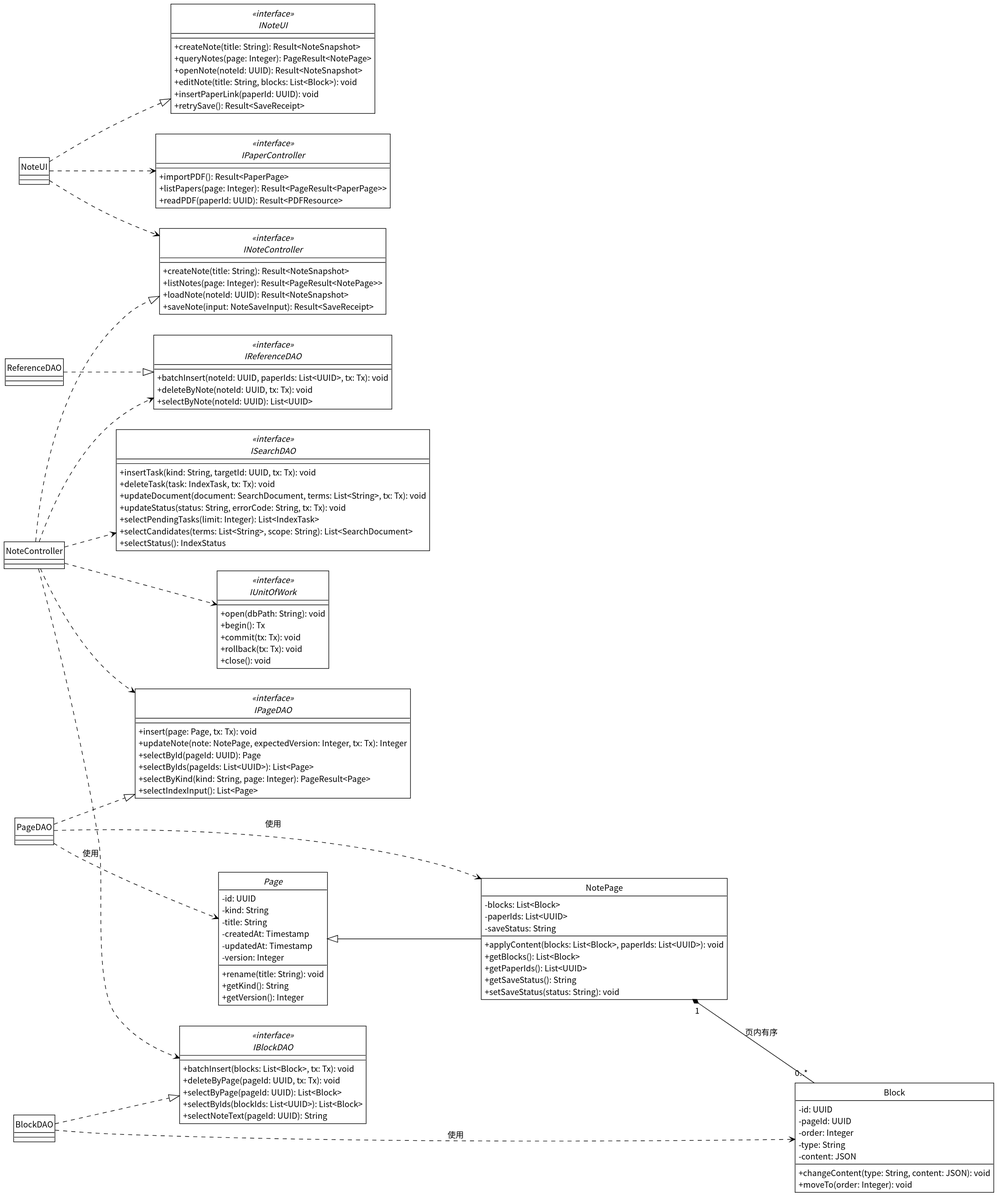
This is docs/SE_Experiment/design/figures/components-uc05.svg from AlanRosston/labloom, a PlantUML export, as it was before one commit.
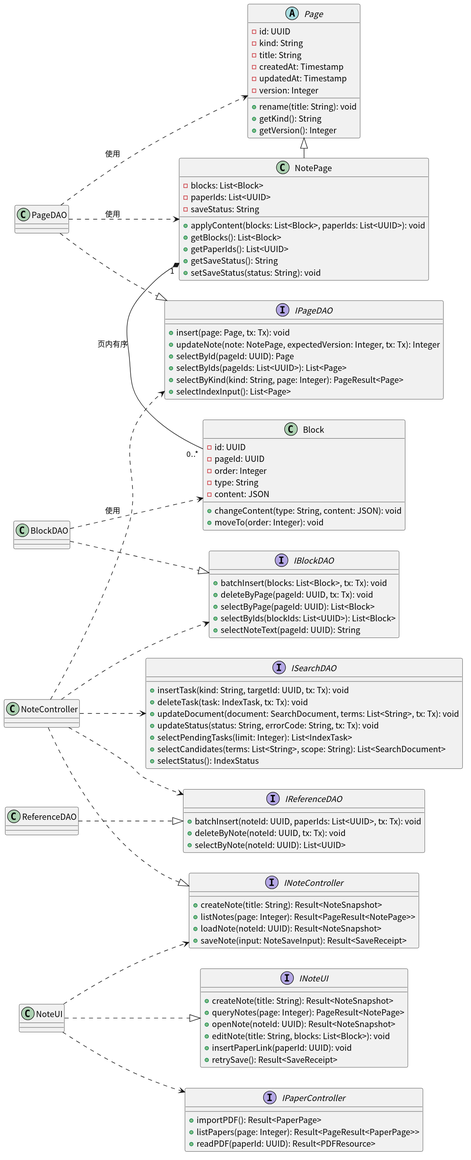
After the commit.

Change to the diagram source:
```diff
@@ -1,8 +1,8 @@
 @startuml
-!include _style.iuml
+!include _style_sample.iuml
 left to right direction
 
-interface INoteUI <<interface>> {
+interface INoteUI {
   + createNote(title: String): Result<NoteSnapshot>
   + queryNotes(page: Integer): PageResult<NotePage>
   + openNote(noteId: UUID): Result<NoteSnapshot>
@@ -10,25 +10,18 @@
   + insertPaperLink(paperId: UUID): void
   + retrySave(): Result<SaveReceipt>
 }
-interface INoteController <<interface>> {
+interface INoteController {
   + createNote(title: String): Result<NoteSnapshot>
   + listNotes(page: Integer): Result<PageResult<NotePage>>
   + loadNote(noteId: UUID): Result<NoteSnapshot>
   + saveNote(input: NoteSaveInput): Result<SaveReceipt>
 }
-interface IPaperController <<interface>> {
+interface IPaperController {
   + importPDF(): Result<PaperPage>
   + listPapers(page: Integer): Result<PageResult<PaperPage>>
   + readPDF(paperId: UUID): Result<PDFResource>
 }
-interface IUnitOfWork <<interface>> {
-  + open(dbPath: String): void
-  + begin(): Tx
-  + commit(tx: Tx): void
-  + rollback(tx: Tx): void
-  + close(): void
-}
-interface IPageDAO <<interface>> {
+interface IPageDAO {
   + insert(page: Page, tx: Tx): void
   + updateNote(note: NotePage, expectedVersion: Integer, tx: Tx): Integer
   + selectById(pageId: UUID): Page
@@ -36,19 +29,19 @@
   + selectByKind(kind: String, page: Integer): PageResult<Page>
   + selectIndexInput(): List<Page>
 }
-interface IBlockDAO <<interface>> {
+interface IBlockDAO {
   + batchInsert(blocks: List<Block>, tx: Tx): void
   + deleteByPage(pageId: UUID, tx: Tx): void
   + selectByPage(pageId: UUID): List<Block>
   + selectByIds(blockIds: List<UUID>): List<Block>
   + selectNoteText(pageId: UUID): String
 }
-interface IReferenceDAO <<interface>> {
+interface IReferenceDAO {
   + batchInsert(noteId: UUID, paperIds: List<UUID>, tx: Tx): void
   + deleteByNote(noteId: UUID, tx: Tx): void
   + selectByNote(noteId: UUID): List<UUID>
 }
-interface ISearchDAO <<interface>> {
+interface ISearchDAO {
   + insertTask(kind: String, targetId: UUID, tx: Tx): void
   + deleteTask(task: IndexTask, tx: Tx): void
   + updateDocument(document: SearchDocument, terms: List<String>, tx: Tx): void
@@ -101,7 +94,6 @@
 
 NoteUI ..> INoteController
 NoteUI ..> IPaperController
-NoteController ..> IUnitOfWork
 NoteController ..> IPageDAO
 NoteController ..> IBlockDAO
 NoteController ..> IReferenceDAO
@@ -111,6 +103,6 @@
 PageDAO ..> NotePage : 使用
 BlockDAO ..> Block : 使用
 
-Page <|-- NotePage
-NotePage "1" *-- "0..*" Block : 页内有序
+Page <|- NotePage
+NotePage "1" *- "0..*" Block : 页内有序
 @enduml
```
